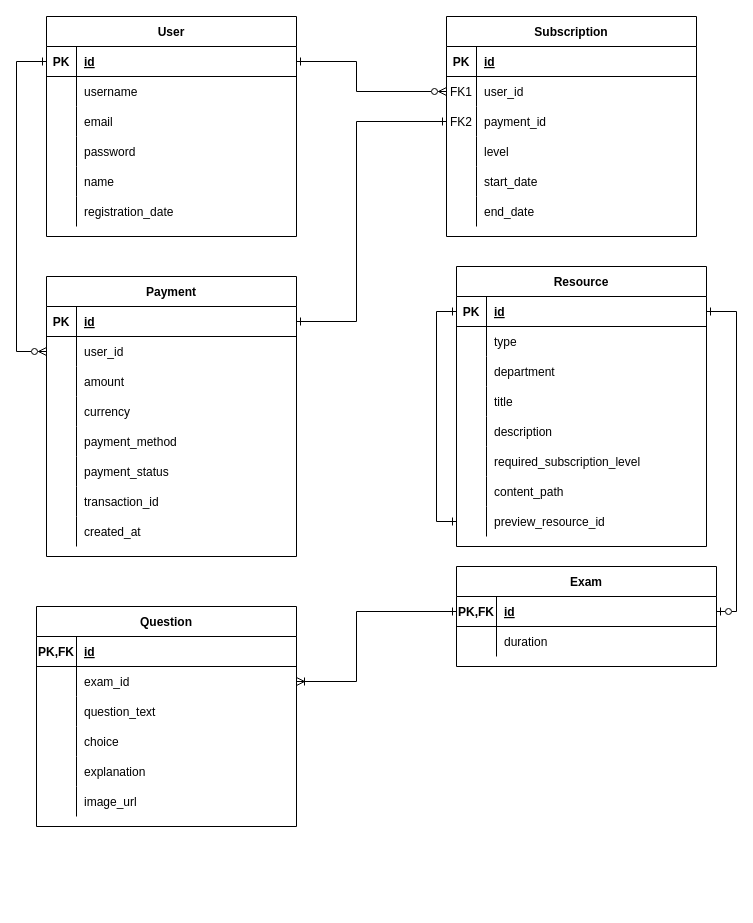
This is er_diagram.drawio from Habtamu-Dires/neus, a draw.io file, before an edit. Source tidied: cells renumbered, new cells numbered last; positions are measured from the earlier drawing's top-left corner, leaving out a move shared by most shapes. Both pictures are drawn from the tidied source at 100%, with x=0, y=0 at pixel (16, 16).
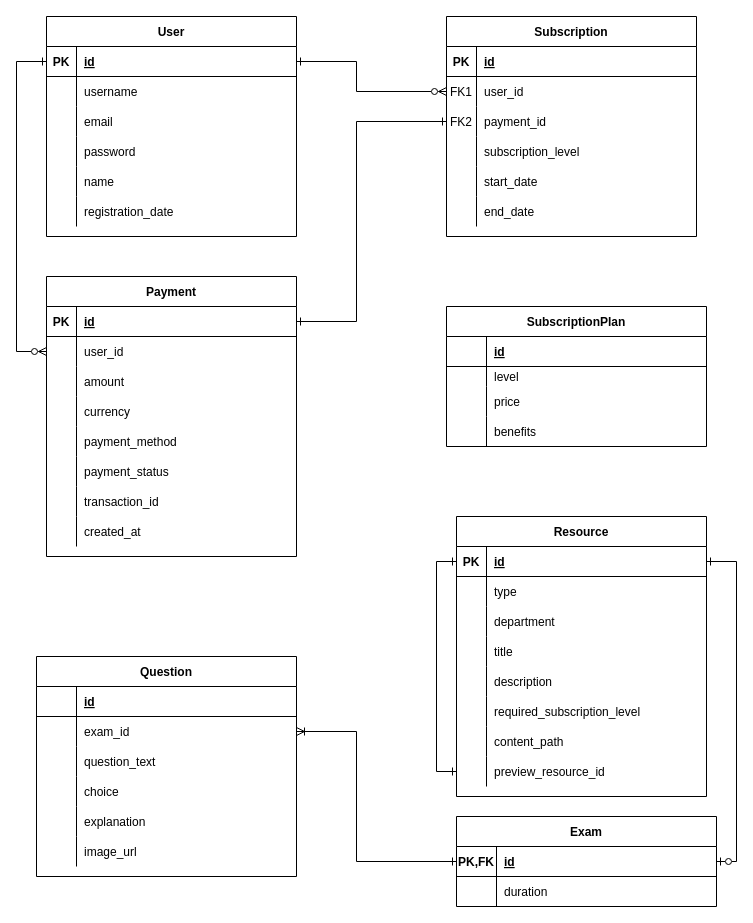
The same diagram, later.

The change refers to these unchanged cells:
```xml
<mxCell id="13" style="shape=partialRectangle;fillColor=none;top=0;left=0;right=0;bottom=0;" parent="3" vertex="1">
  <mxGeometry y="120" width="250" height="30" as="geometry" />
</mxCell>
<mxCell id="23" style="shape=partialRectangle;fillColor=none;points=[[0,0.5],[1,0.5]];portConstraint=eastwest;top=0;left=0;right=0;bottom=1;" parent="22" vertex="1">
  <mxGeometry y="30" width="260" height="30" as="geometry" />
</mxCell>
<mxCell id="49" style="shape=partialRectangle;fillColor=none;points=[[0,0.5],[1,0.5]];portConstraint=eastwest;top=0;left=0;right=0;bottom=1;" parent="48" vertex="1">
  <mxGeometry y="30" width="250" height="30" as="geometry" />
</mxCell>
<mxCell id="103" style="shape=partialRectangle;fillColor=none;top=0;left=0;right=0;bottom=1;" parent="102" vertex="1">
  <mxGeometry y="30" width="260" height="30" as="geometry" />
</mxCell>
<mxCell id="106" style="shape=partialRectangle;fillColor=none;points=[[0,0.5],[1,0.5]];portConstraint=eastwest;top=0;left=0;right=0;bottom=0;" parent="102" vertex="1">
  <mxGeometry y="60" width="260" height="30" as="geometry" />
</mxCell>
```

The edit, as a diff of the source:
```diff
@@
-    <mxCell id="15" value="level" style="shape=partialRectangle;overflow=hidden;fillColor=none;top=0;left=0;bottom=0;right=0;align=left;spacingLeft=6;" parent="13" vertex="1">
+    <mxCell id="15" value="subscription_level" style="shape=partialRectangle;overflow=hidden;fillColor=none;top=0;left=0;bottom=0;right=0;align=left;spacingLeft=6;" parent="13" vertex="1">
       <mxGeometry x="30" width="220" height="30" as="geometry" />
     </mxCell>
@@
     <mxCell id="22" value="Exam" style="shape=table;startSize=30;childLayout=tableLayout;rowLines=0;fontStyle=1;align=center;" parent="1" vertex="1">
-      <mxGeometry x="440" y="550" width="260" height="100" as="geometry" />
+      <mxGeometry x="440" y="800" width="260" height="90" as="geometry" />
     </mxCell>
@@
     <mxCell id="48" value="Resource" style="shape=table;startSize=30;childLayout=tableLayout;rowLines=0;fontStyle=1;align=center;" parent="1" vertex="1">
-      <mxGeometry x="440" y="250" width="250" height="280" as="geometry" />
+      <mxGeometry x="440" y="500" width="250" height="280" as="geometry" />
     </mxCell>
@@
     <mxCell id="73" style="edgeStyle=orthogonalEdgeStyle;rounded=0;jettySize=auto;html=1;entryX=1;entryY=0.5;entryDx=0;entryDy=0;endArrow=ERzeroToOne;endFill=0;startArrow=ERone;startFill=0;" parent="1" edge="1" source="49" target="23">
       <mxGeometry relative="1" as="geometry">
         <Array as="points">
-          <mxPoint x="720" y="295" />
-          <mxPoint x="720" y="595" />
+          <mxPoint x="720" y="545" />
+          <mxPoint x="720" y="845" />
         </Array>
       </mxGeometry>
     </mxCell>
@@
     <mxCell id="102" value="Question" style="shape=table;startSize=30;childLayout=tableLayout;rowLines=0;fontStyle=1;align=center;" parent="1" vertex="1">
-      <mxGeometry x="20" y="590" width="260" height="220" as="geometry" />
+      <mxGeometry x="20" y="640" width="260" height="220" as="geometry" />
     </mxCell>
@@
-    <mxCell id="104" value="PK,FK" style="shape=partialRectangle;overflow=hidden;fillColor=none;top=0;left=0;bottom=0;right=0;fontStyle=1;" parent="103" vertex="1">
+    <mxCell id="104" style="shape=partialRectangle;overflow=hidden;fillColor=none;top=0;left=0;bottom=0;right=0;fontStyle=1;" parent="103" vertex="1">
       <mxGeometry width="40" height="30" as="geometry" />
     </mxCell>
@@
     <mxCell id="121" style="edgeStyle=orthogonalEdgeStyle;rounded=0;jettySize=auto;html=1;exitX=1;exitY=0.5;exitDx=0;exitDy=0;entryX=0;entryY=0.5;entryDx=0;entryDy=0;endArrow=ERone;endFill=0;startArrow=ERoneToMany;startFill=0;" parent="1" edge="1" source="106" target="23">
       <mxGeometry relative="1" as="geometry">
         <Array as="points">
-          <mxPoint x="340" y="665" />
-          <mxPoint x="340" y="595" />
+          <mxPoint x="340" y="715" />
+          <mxPoint x="340" y="845" />
         </Array>
       </mxGeometry>
     </mxCell>
+    <mxCell id="122" value="SubscriptionPlan" style="shape=table;startSize=30;childLayout=tableLayout;rowLines=0;fontStyle=1;align=center;" parent="1" vertex="1">
+      <mxGeometry x="430" y="290" width="260" height="140" as="geometry" />
+    </mxCell>
+    <mxCell id="123" style="shape=partialRectangle;fillColor=none;top=0;left=0;right=0;bottom=1;" parent="122" vertex="1">
+      <mxGeometry y="30" width="260" height="30" as="geometry" />
+    </mxCell>
+    <mxCell id="124" style="shape=partialRectangle;overflow=hidden;fillColor=none;top=0;left=0;bottom=0;right=0;fontStyle=1;" parent="123" vertex="1">
+      <mxGeometry width="40" height="30" as="geometry" />
+    </mxCell>
+    <mxCell id="125" value="id" style="shape=partialRectangle;overflow=hidden;fillColor=none;top=0;left=0;bottom=0;right=0;align=left;spacingLeft=6;fontStyle=5;" parent="123" vertex="1">
+      <mxGeometry x="40" width="220" height="30" as="geometry" />
+    </mxCell>
+    <mxCell id="126" style="shape=partialRectangle;fillColor=none;top=0;left=0;right=0;bottom=0;" parent="122" vertex="1">
+      <mxGeometry y="60" width="260" height="20" as="geometry" />
+    </mxCell>
+    <mxCell id="127" style="shape=partialRectangle;overflow=hidden;fillColor=none;top=0;left=0;bottom=0;right=0;" parent="126" vertex="1">
+      <mxGeometry width="40" height="20" as="geometry" />
+    </mxCell>
+    <mxCell id="128" value="level" style="shape=partialRectangle;overflow=hidden;fillColor=none;top=0;left=0;bottom=0;right=0;align=left;spacingLeft=6;" parent="126" vertex="1">
+      <mxGeometry x="40" width="220" height="20" as="geometry" />
+    </mxCell>
+    <mxCell id="129" style="shape=partialRectangle;fillColor=none;top=0;left=0;right=0;bottom=0;" parent="122" vertex="1">
+      <mxGeometry y="80" width="260" height="30" as="geometry" />
+    </mxCell>
+    <mxCell id="130" style="shape=partialRectangle;overflow=hidden;fillColor=none;top=0;left=0;bottom=0;right=0;" parent="129" vertex="1">
+      <mxGeometry width="40" height="30" as="geometry" />
+    </mxCell>
+    <mxCell id="131" value="price" style="shape=partialRectangle;overflow=hidden;fillColor=none;top=0;left=0;bottom=0;right=0;align=left;spacingLeft=6;" parent="129" vertex="1">
+      <mxGeometry x="40" width="220" height="30" as="geometry" />
+    </mxCell>
+    <mxCell id="132" style="shape=partialRectangle;fillColor=none;top=0;left=0;right=0;bottom=0;" parent="122" vertex="1">
+      <mxGeometry y="110" width="260" height="30" as="geometry" />
+    </mxCell>
+    <mxCell id="133" style="shape=partialRectangle;overflow=hidden;fillColor=none;top=0;left=0;bottom=0;right=0;" parent="132" vertex="1">
+      <mxGeometry width="40" height="30" as="geometry" />
+    </mxCell>
+    <mxCell id="134" value="benefits" style="shape=partialRectangle;overflow=hidden;fillColor=none;top=0;left=0;bottom=0;right=0;align=left;spacingLeft=6;" parent="132" vertex="1">
+      <mxGeometry x="40" width="220" height="30" as="geometry" />
+    </mxCell>
```
